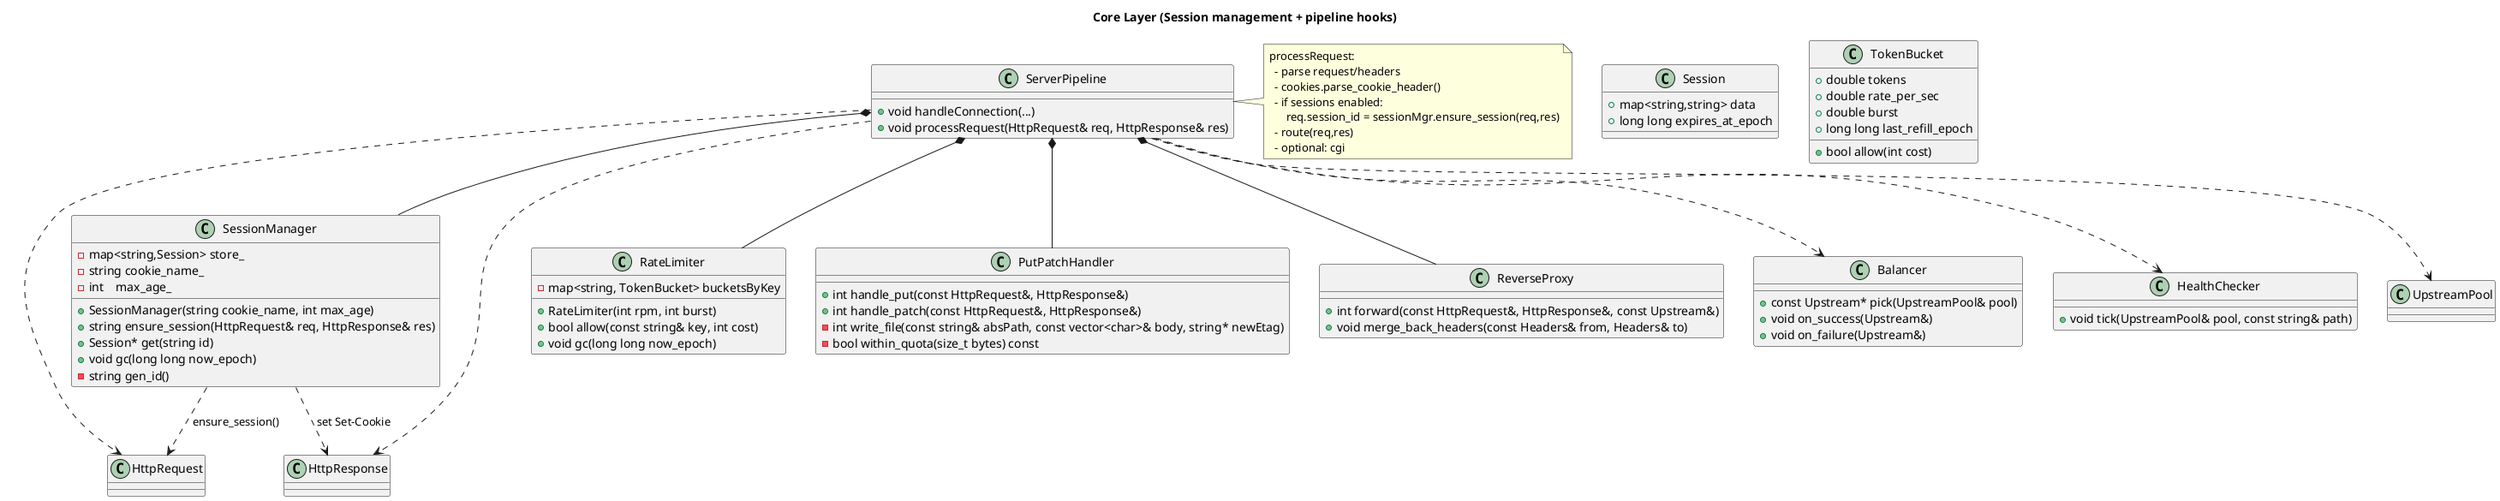
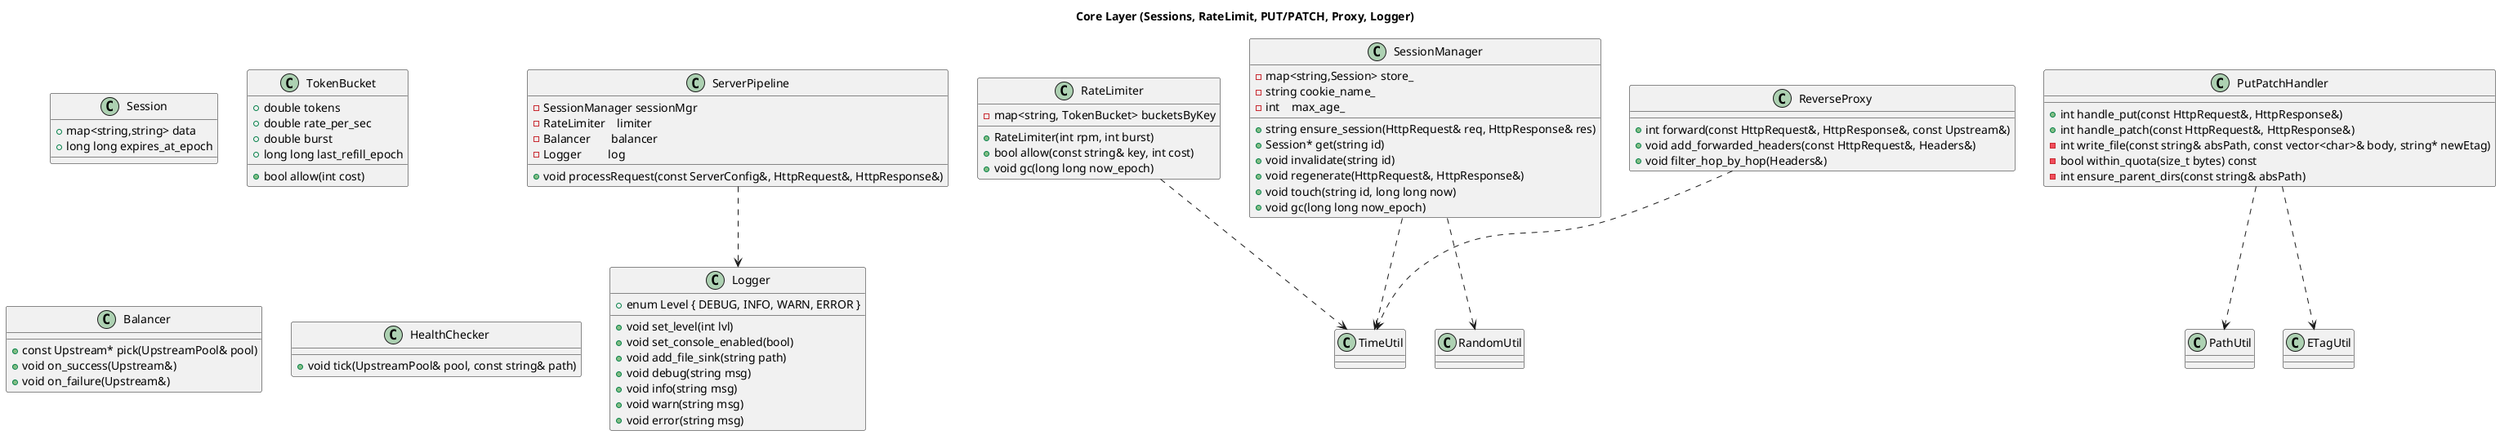
@startuml
skinparam packageStyle rectangle
- title Core Layer (Session management + pipeline hooks)
+ title Core Layer (Sessions, RateLimit, PUT/PATCH, Proxy, Logger)
+ 
+ ' --- Logger (C++98-friendly) ---
+ class Logger {
+   +enum Level { DEBUG, INFO, WARN, ERROR }
+   +void set_level(int lvl)
+   +void set_console_enabled(bool)
+   +void add_file_sink(string path)
+   +void debug(string msg)
+   +void info(string msg)
+   +void warn(string msg)
+   +void error(string msg)
+ }

class Session {
-   +map<string,string> data
-   +long long expires_at_epoch
+ 	+map<string,string> data
+ 	+long long expires_at_epoch
}

class SessionManager {
  -map<string,Session> store_
  -string cookie_name_
  -int    max_age_
-   +SessionManager(string cookie_name, int max_age)
  +string ensure_session(HttpRequest& req, HttpResponse& res)
  +Session* get(string id)
+   +void invalidate(string id)
+   +void regenerate(HttpRequest&, HttpResponse&)
+   +void touch(string id, long long now)
  +void gc(long long now_epoch)
-   -string gen_id()
}

- class ServerPipeline {
-   +void handleConnection(...)
-   +void processRequest(HttpRequest& req, HttpResponse& res)
- }
- 
- SessionManager ..> HttpRequest : ensure_session()
- SessionManager ..> HttpResponse : set Set-Cookie
- ServerPipeline *-- SessionManager
- ServerPipeline ..> HttpRequest
- ServerPipeline ..> HttpResponse
- note right of ServerPipeline
- processRequest:
-   - parse request/headers
-   - cookies.parse_cookie_header()
-   - if sessions enabled:
-       req.session_id = sessionMgr.ensure_session(req,res)
-   - route(req,res)
-   - optional: cgi
- end note
- 
- ' === Add to Core UML ===
class TokenBucket {
-   +double tokens
-   +double rate_per_sec
-   +double burst
-   +long long last_refill_epoch
-   +bool allow(int cost)
+ 	+double tokens
+ 	+double rate_per_sec
+ 	+double burst
+ 	+long long last_refill_epoch
+ 	+bool allow(int cost)
}

class RateLimiter {
  -map<string, TokenBucket> bucketsByKey
  +RateLimiter(int rpm, int burst)
  +bool allow(const string& key, int cost)
  +void gc(long long now_epoch)
}

class PutPatchHandler {
  +int handle_put(const HttpRequest&, HttpResponse&)
  +int handle_patch(const HttpRequest&, HttpResponse&)
  -int write_file(const string& absPath, const vector<char>& body, string* newEtag)
  -bool within_quota(size_t bytes) const
+   -int ensure_parent_dirs(const string& absPath)
}

class ReverseProxy {
  +int forward(const HttpRequest&, HttpResponse&, const Upstream&)
-   +void merge_back_headers(const Headers& from, Headers& to)
+   +void add_forwarded_headers(const HttpRequest&, Headers&)
+   +void filter_hop_by_hop(Headers&)
}

class Balancer {
-   +const Upstream* pick(UpstreamPool& pool)
-   +void on_success(Upstream&)
-   +void on_failure(Upstream&)
+ 	+const Upstream* pick(UpstreamPool& pool)
+ 	+void on_success(Upstream&)
+ 	+void on_failure(Upstream&)
}

class HealthChecker {
-   +void tick(UpstreamPool& pool, const string& path)
+ 	+void tick(UpstreamPool& pool, const string& path)
}

- ServerPipeline *-- RateLimiter
- ServerPipeline *-- PutPatchHandler
- ServerPipeline *-- ReverseProxy
- ServerPipeline ..> Balancer
- ServerPipeline ..> UpstreamPool
- ServerPipeline ..> HealthChecker
+ class ServerPipeline {
+   +void processRequest(const ServerConfig&, HttpRequest&, HttpResponse&)
+   -SessionManager sessionMgr
+   -RateLimiter    limiter
+   -Balancer       balancer
+   -Logger         log
+ }
+ 
+ ' Util hooks
+ class TimeUtil
+ class PathUtil
+ class ETagUtil
+ class RandomUtil
+ 
+ SessionManager ..> RandomUtil
+ SessionManager ..> TimeUtil
+ RateLimiter ..> TimeUtil
+ PutPatchHandler ..> PathUtil
+ PutPatchHandler ..> ETagUtil
+ ReverseProxy ..> TimeUtil
+ ServerPipeline ..> Logger
@enduml
